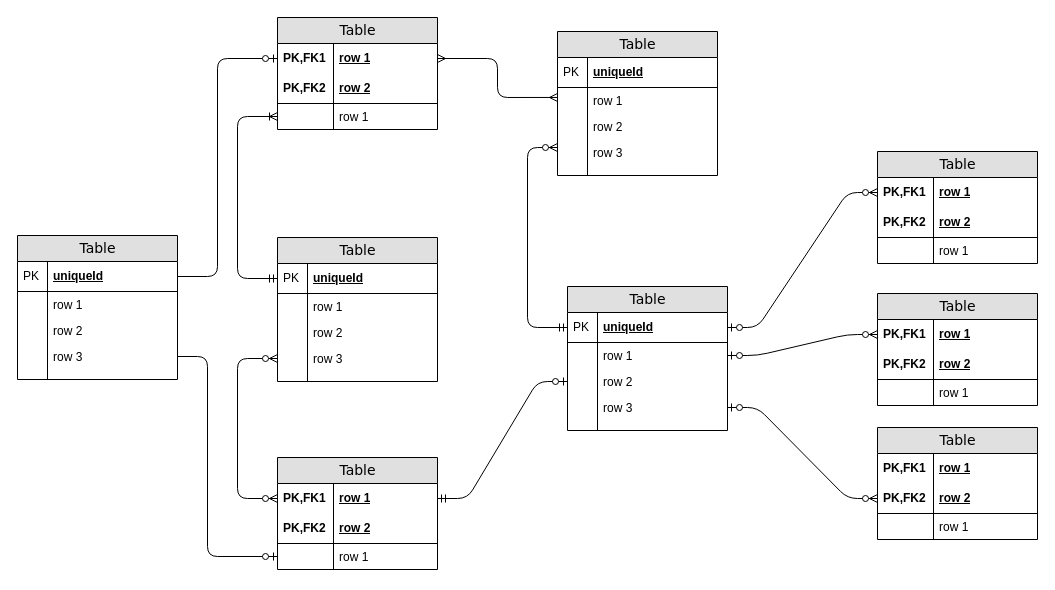
The draw.io diagram 0129_テーブル設計.drawio in Masashi0411/til, before the edit. Source tidied: cells renumbered, new cells numbered last; positions are measured from the earlier drawing's top-left corner, leaving out a move shared by most shapes. Both pictures are drawn from the tidied source at 100%, with x=0, y=0 at pixel (17, 17).
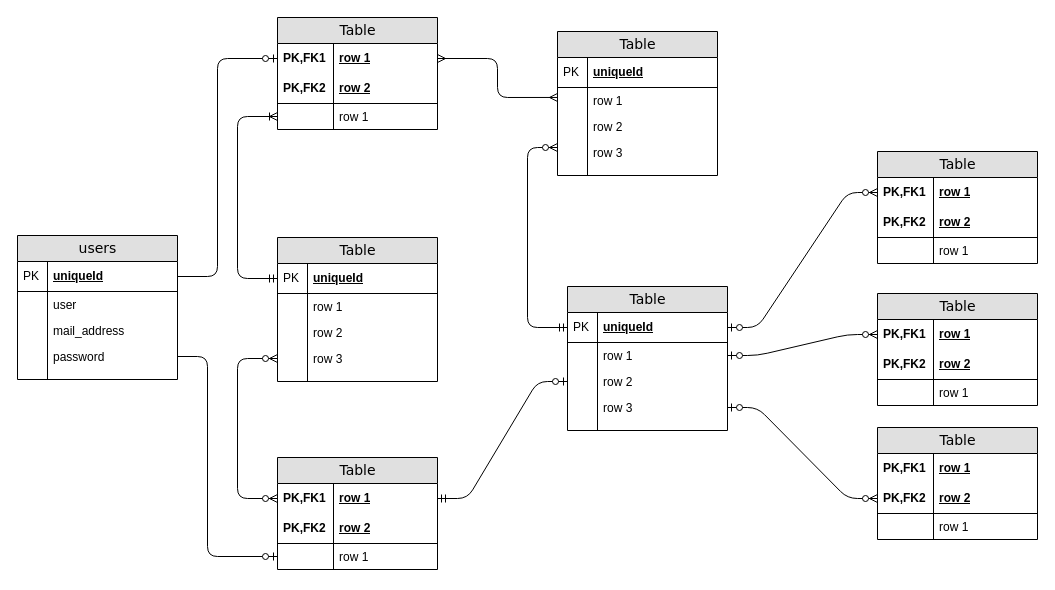
Above is the later version.

Commit message (it also covers changes not shown here):
0129_テーブル設計.drawio を更新します

Diff of the diagram source:
```diff
@@
-    <mxCell id="78" value="Table" style="swimlane;html=1;fontStyle=0;horizontal=1;startSize=26;fillColor=#e0e0e0;swimlaneFillColor=#ffffff;align=center;rounded=0;shadow=0;comic=0;labelBackgroundColor=none;strokeWidth=1;fontFamily=Verdana;fontSize=14;" parent="1" vertex="1">
+    <mxCell id="78" value="users" style="swimlane;html=1;fontStyle=0;horizontal=1;startSize=26;fillColor=#e0e0e0;swimlaneFillColor=#ffffff;align=center;rounded=0;shadow=0;comic=0;labelBackgroundColor=none;strokeWidth=1;fontFamily=Verdana;fontSize=14;" parent="1" vertex="1">
       <mxGeometry y="218" width="160" height="144" as="geometry" />
     </mxCell>
@@
-    <mxCell id="81" value="row 1" style="shape=partialRectangle;top=0;left=0;right=0;bottom=0;html=1;align=left;verticalAlign=top;fillColor=none;spacingLeft=34;spacingRight=4;whiteSpace=wrap;overflow=hidden;" parent="78" vertex="1">
+    <mxCell id="81" value="&lt;div&gt;&lt;span style=&quot;background-color: transparent; color: light-dark(rgb(0, 0, 0), rgb(255, 255, 255));&quot;&gt;user&lt;/span&gt;&lt;/div&gt;" style="shape=partialRectangle;top=0;left=0;right=0;bottom=0;html=1;align=left;verticalAlign=top;fillColor=none;spacingLeft=34;spacingRight=4;whiteSpace=wrap;overflow=hidden;" parent="78" vertex="1">
       <mxGeometry y="56" width="160" height="26" as="geometry" />
     </mxCell>
@@
-    <mxCell id="83" value="row 2" style="shape=partialRectangle;top=0;left=0;right=0;bottom=0;html=1;align=left;verticalAlign=top;fillColor=none;spacingLeft=34;spacingRight=4;whiteSpace=wrap;overflow=hidden;" parent="78" vertex="1">
+    <mxCell id="83" value="mail_address" style="shape=partialRectangle;top=0;left=0;right=0;bottom=0;html=1;align=left;verticalAlign=top;fillColor=none;spacingLeft=34;spacingRight=4;whiteSpace=wrap;overflow=hidden;" parent="78" vertex="1">
       <mxGeometry y="82" width="160" height="26" as="geometry" />
     </mxCell>
@@
-    <mxCell id="85" value="row 3" style="shape=partialRectangle;top=0;left=0;right=0;bottom=0;html=1;align=left;verticalAlign=top;fillColor=none;spacingLeft=34;spacingRight=4;whiteSpace=wrap;overflow=hidden;points=[[0,0.5],[1,0.5]];portConstraint=eastwest;" parent="78" vertex="1">
+    <mxCell id="85" value="password" style="shape=partialRectangle;top=0;left=0;right=0;bottom=0;html=1;align=left;verticalAlign=top;fillColor=none;spacingLeft=34;spacingRight=4;whiteSpace=wrap;overflow=hidden;points=[[0,0.5],[1,0.5]];portConstraint=eastwest;" parent="78" vertex="1">
       <mxGeometry y="108" width="160" height="26" as="geometry" />
     </mxCell>
```
